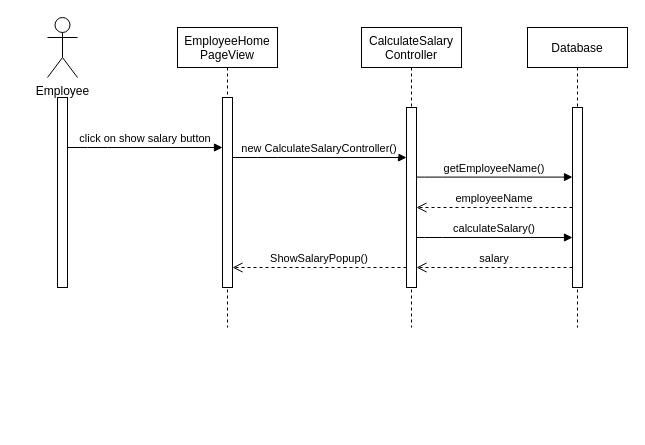
Earlier version of the draw.io diagram Diagram/Sequence Diagram/Show Salary.drawio (hakunhan/employee_management). Source tidied: cells renumbered, new cells numbered last; positions are measured from the earlier drawing's top-left corner, leaving out a move shared by most shapes. Both pictures are drawn from the tidied source at 100%, with x=0, y=0 at pixel (47, 17).
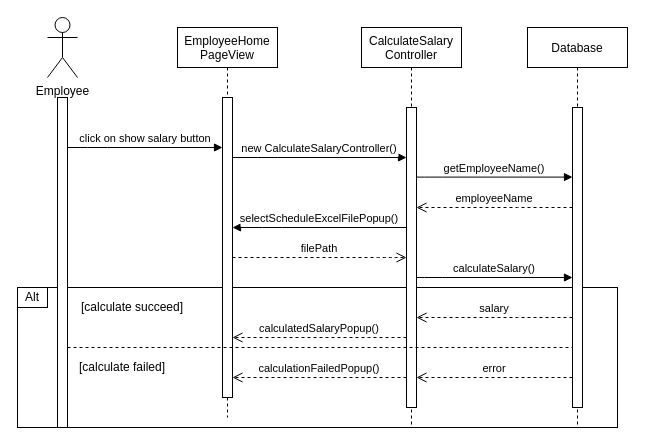
Above is the later version.

Diff of the diagram source:
```diff
@@
+    <mxCell id="17" style="rounded=0;whiteSpace=wrap;html=1;" parent="1" vertex="1">
+      <mxGeometry x="-30" y="270" width="600" height="140" as="geometry" />
+    </mxCell>
     <mxCell id="2" value="EmployeeHome&#10;PageView" style="shape=umlLifeline;perimeter=lifelinePerimeter;rounded=0;shadow=0;strokeWidth=1;" parent="1" vertex="1">
-      <mxGeometry x="130" y="10" width="100" height="300" as="geometry" />
+      <mxGeometry x="130" y="10" width="100" height="390" as="geometry" />
     </mxCell>
     <mxCell id="3" style="points=[];perimeter=orthogonalPerimeter;rounded=0;shadow=0;strokeWidth=1;" parent="2" vertex="1">
-      <mxGeometry x="45" y="70" width="10" height="190" as="geometry" />
+      <mxGeometry x="45" y="70" width="10" height="300" as="geometry" />
     </mxCell>
     <mxCell id="4" value="CalculateSalary&#10;Controller" style="shape=umlLifeline;perimeter=lifelinePerimeter;rounded=0;shadow=0;strokeWidth=1;" parent="1" vertex="1">
-      <mxGeometry x="314" y="10" width="100" height="300" as="geometry" />
+      <mxGeometry x="314" y="10" width="100" height="400" as="geometry" />
     </mxCell>
     <mxCell id="5" style="points=[];perimeter=orthogonalPerimeter;rounded=0;shadow=0;strokeWidth=1;" parent="4" vertex="1">
-      <mxGeometry x="45" y="80" width="10" height="180" as="geometry" />
+      <mxGeometry x="45" y="80" width="10" height="300" as="geometry" />
     </mxCell>
@@
     <mxCell id="7" value="Database" style="shape=umlLifeline;perimeter=lifelinePerimeter;rounded=0;shadow=0;strokeWidth=1;" parent="1" vertex="1">
-      <mxGeometry x="480" y="10" width="100" height="300" as="geometry" />
+      <mxGeometry x="480" y="10" width="100" height="400" as="geometry" />
     </mxCell>
     <mxCell id="8" style="points=[];perimeter=orthogonalPerimeter;rounded=0;shadow=0;strokeWidth=1;" parent="7" vertex="1">
-      <mxGeometry x="45" y="80" width="10" height="180" as="geometry" />
+      <mxGeometry x="45" y="80" width="10" height="300" as="geometry" />
     </mxCell>
     <mxCell id="9" style="points=[];perimeter=orthogonalPerimeter;rounded=0;shadow=0;strokeWidth=1;" parent="1" vertex="1">
-      <mxGeometry x="10" y="80" width="10" height="190" as="geometry" />
+      <mxGeometry x="10" y="80" width="10" height="330" as="geometry" />
     </mxCell>
@@
+    <mxCell id="18" value="selectScheduleExcelFilePopup()" style="verticalAlign=bottom;endArrow=block;shadow=0;strokeWidth=1;" parent="1" edge="1" source="5" target="3">
+      <mxGeometry relative="1" as="geometry">
+        <Array as="points">
+          <mxPoint x="225" y="210" />
+        </Array>
+      </mxGeometry>
+    </mxCell>
+    <mxCell id="19" value="filePath" style="verticalAlign=bottom;endArrow=open;dashed=1;endSize=8;shadow=0;strokeWidth=1;" parent="1" edge="1" source="3" target="5">
+      <mxGeometry relative="1" as="geometry">
+        <Array as="points">
+          <mxPoint x="340" y="240" />
+        </Array>
+      </mxGeometry>
+    </mxCell>
     <mxCell id="14" value="calculateSalary()" style="verticalAlign=bottom;endArrow=block;shadow=0;strokeWidth=1;" parent="1" edge="1">
       <mxGeometry relative="1" as="geometry">
-        <mxPoint x="369" y="220" as="sourcePoint" />
-        <mxPoint x="525" y="220" as="targetPoint" />
+        <mxPoint x="369" y="260" as="sourcePoint" />
+        <mxPoint x="525" y="260" as="targetPoint" />
         <Array as="points">
-          <mxPoint x="385" y="220" />
+          <mxPoint x="385" y="260" />
         </Array>
       </mxGeometry>
     </mxCell>
-    <mxCell id="15" value="salary" style="verticalAlign=bottom;endArrow=open;dashed=1;endSize=8;shadow=0;strokeWidth=1;" parent="1" edge="1">
+    <mxCell id="15" value="salary" style="verticalAlign=bottom;endArrow=open;dashed=1;endSize=8;shadow=0;strokeWidth=1;" parent="1" edge="1" source="8" target="5">
       <mxGeometry relative="1" as="geometry">
-        <mxPoint x="525" y="250" as="sourcePoint" />
-        <mxPoint x="369" y="250" as="targetPoint" />
         <Array as="points">
-          <mxPoint x="480" y="250" />
+          <mxPoint x="480" y="300" />
         </Array>
       </mxGeometry>
     </mxCell>
-    <mxCell id="16" value="ShowSalaryPopup()" style="verticalAlign=bottom;endArrow=open;dashed=1;endSize=8;shadow=0;strokeWidth=1;" parent="1" edge="1" source="5" target="3">
-      <mxGeometry relative="1" as="geometry">
-        <Array as="points">
-          <mxPoint x="311" y="250" />
-        </Array>
-      </mxGeometry>
-    </mxCell>
+    <mxCell id="20" value="calculatedSalaryPopup()" style="verticalAlign=bottom;endArrow=open;dashed=1;endSize=8;shadow=0;strokeWidth=1;" parent="1" edge="1" source="5" target="3">
+      <mxGeometry relative="1" as="geometry">
+        <Array as="points">
+          <mxPoint x="311" y="320" />
+        </Array>
+      </mxGeometry>
+    </mxCell>
+    <mxCell id="21" style="endArrow=none;dashed=1;html=1;" parent="1" edge="1" source="9" target="8">
+      <mxGeometry relative="1" as="geometry">
+        <Array as="points">
+          <mxPoint x="330" y="330" />
+        </Array>
+      </mxGeometry>
+    </mxCell>
+    <mxCell id="22" value="error" style="verticalAlign=bottom;endArrow=open;dashed=1;endSize=8;shadow=0;strokeWidth=1;" parent="1" edge="1" source="8" target="5">
+      <mxGeometry relative="1" as="geometry">
+        <Array as="points">
+          <mxPoint x="475" y="360" />
+        </Array>
+      </mxGeometry>
+    </mxCell>
+    <mxCell id="23" value="calculationFailedPopup()" style="verticalAlign=bottom;endArrow=open;dashed=1;endSize=8;shadow=0;strokeWidth=1;" parent="1" edge="1" source="5" target="3">
+      <mxGeometry relative="1" as="geometry">
+        <Array as="points">
+          <mxPoint x="316" y="360" />
+        </Array>
+      </mxGeometry>
+    </mxCell>
+    <mxCell id="24" value="Alt" style="rounded=0;whiteSpace=wrap;html=1;" parent="1" vertex="1">
+      <mxGeometry x="-30" y="270" width="30" height="20" as="geometry" />
+    </mxCell>
+    <mxCell id="25" value="[calculate succeed]" style="text;html=1;strokeColor=none;fillColor=none;align=center;verticalAlign=middle;whiteSpace=wrap;rounded=0;" parent="1" vertex="1">
+      <mxGeometry x="30" y="280" width="110" height="20" as="geometry" />
+    </mxCell>
+    <mxCell id="26" value="[calculate failed]" style="text;html=1;strokeColor=none;fillColor=none;align=center;verticalAlign=middle;whiteSpace=wrap;rounded=0;" parent="1" vertex="1">
+      <mxGeometry x="20" y="340" width="110" height="20" as="geometry" />
+    </mxCell>
```
